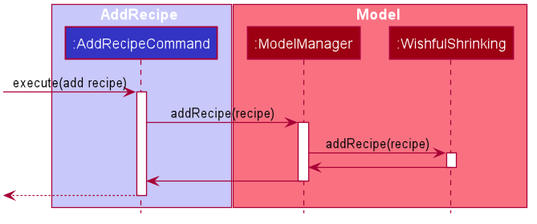
Above: docs/images/AddRecipeSequence.png in nus-cs2103-AY2021S1/tp (PlantUML), before the change.
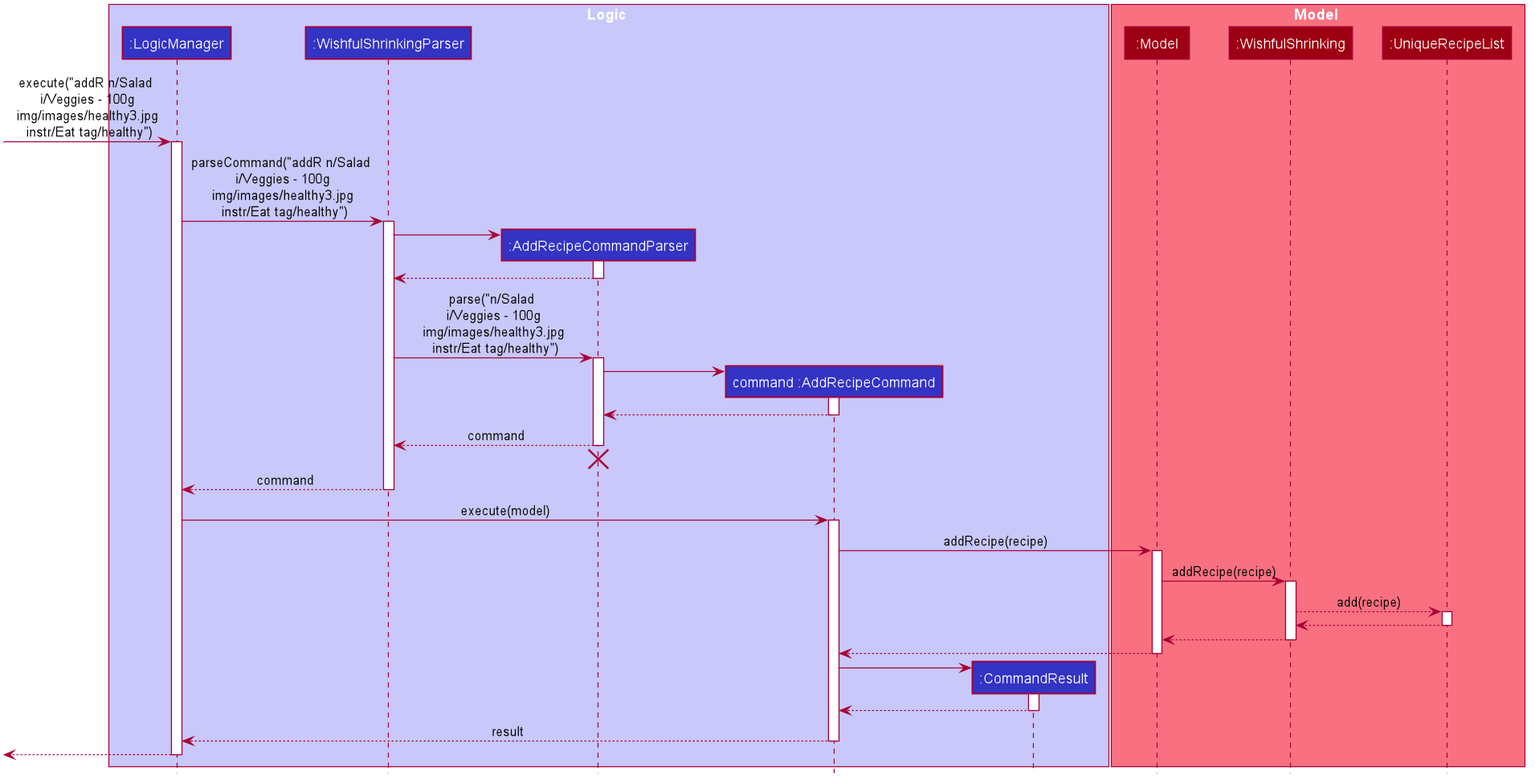
After the commit.

What changed in the source:
```diff
@@ -48,25 +48,82 @@
 hide members
 hide circle
 
-box AddRecipe #C8C8FA
-participant ":AddRecipeCommand" as AddRecipeCommand #3333C4
-end box
-box Model #F97181
-participant ":ModelManager" as ModelManager #9D0012
-participant ":WishfulShrinking" as WishfulShrinking #9D0012
+box Logic #C8C8FA
+participant ":LogicManager" as LogicManager #3333C4
+participant ":WishfulShrinkingParser" as WishfulShrinkingParser #3333C4
+participant ":AddRecipeCommandParser" as AddRecipeCommandParser #3333C4
+participant "command :AddRecipeCommand" as AddRecipeCommand #3333C4
+participant ":CommandResult" as CommandResult #3333C4
 end box
 
-[-> AddRecipeCommand : execute(add recipe)
+box Model #F97181
+participant ":Model" as Model #9D0012
+participant ":WishfulShrinking" as WishfulShrinking #9D0012
+participant ":UniqueRecipeList" as UniqueRecipeList #9D0012
+end box
+
+[-> LogicManager : execute("addR n/Salad \n i/Veggies - 100g \n img/images/healthy3.jpg \n instr/Eat tag/healthy")
+activate LogicManager
+
+LogicManager -> WishfulShrinkingParser : parseCommand("addR n/Salad \n i/Veggies - 100g \n img/images/healthy3.jpg \n instr/Eat tag/healthy")
+activate WishfulShrinkingParser
+
+create AddRecipeCommandParser
+WishfulShrinkingParser -> AddRecipeCommandParser
+activate AddRecipeCommandParser
+
+AddRecipeCommandParser --> WishfulShrinkingParser
+deactivate AddRecipeCommandParser
+
+WishfulShrinkingParser -> AddRecipeCommandParser : parse("n/Salad \n i/Veggies - 100g \n img/images/healthy3.jpg \n instr/Eat tag/healthy")
+activate AddRecipeCommandParser
+
+create AddRecipeCommand
+AddRecipeCommandParser -> AddRecipeCommand
 activate AddRecipeCommand
-AddRecipeCommand -> ModelManager : addRecipe(recipe)
 
-activate ModelManager
-ModelManager -> WishfulShrinking : addRecipe(recipe)
+AddRecipeCommand --> AddRecipeCommandParser
+deactivate AddRecipeCommand
+
+AddRecipeCommandParser --> WishfulShrinkingParser : command
+deactivate AddRecipeCommandParser
+AddRecipeCommandParser -[hidden]-> WishfulShrinkingParser
+destroy AddRecipeCommandParser
+
+WishfulShrinkingParser --> LogicManager : command
+deactivate WishfulShrinkingParser
+
+LogicManager -> AddRecipeCommand : execute(model)
+activate AddRecipeCommand
+
+AddRecipeCommand -> Model : addRecipe(recipe)
+activate Model
+
+Model -> WishfulShrinking : addRecipe(recipe)
 activate WishfulShrinking
-WishfulShrinking -> ModelManager
+
+WishfulShrinking --> UniqueRecipeList: add(recipe)
+activate UniqueRecipeList
+
+UniqueRecipeList --> WishfulShrinking
+deactivate UniqueRecipeList
+
+WishfulShrinking --> Model
 deactivate WishfulShrinking
-ModelManager -> AddRecipeCommand
-deactivate ModelManager
-[<--AddRecipeCommand
+
+Model --> AddRecipeCommand
+deactivate Model
+
+create CommandResult
+AddRecipeCommand -> CommandResult
+activate CommandResult
+
+CommandResult --> AddRecipeCommand
+deactivate CommandResult
+
+AddRecipeCommand --> LogicManager : result
 deactivate AddRecipeCommand
+
+[<--LogicManager
+deactivate LogicManager
 @enduml
```
